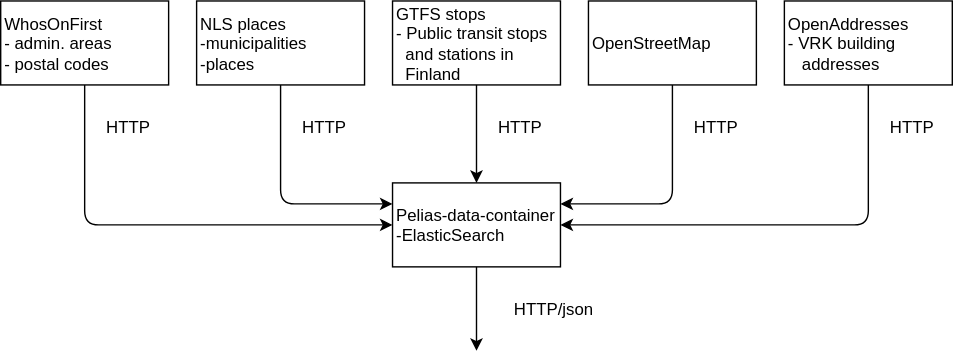
This is src/pages/en/developers/services/6-data-containers/geocoding-data/architecture.svg from HSLdevcom/digitransit-site, a draw.io export, as it was before one commit. Source tidied: cells renumbered, new cells last; positions are measured from the earlier drawing's top-left corner, leaving out a move shared by most shapes. Its diagram source:
```xml
<mxGraphModel background="#ffffff">
  <root>
    <mxCell id="0" />
    <mxCell id="1" parent="0" />
    <mxCell id="2" value="Pelias-data-container&lt;div&gt;-E&lt;span style=&quot;line-height: 1.2&quot;&gt;lasticSearch&lt;/span&gt;&lt;/div&gt;" style="whiteSpace=wrap;html=1;rounded=0;shadow=0;glass=0;strokeColor=#000000;fillColor=#FFFFFF;align=left;" parent="1" vertex="1">
      <mxGeometry x="280" y="130" width="120" height="60" as="geometry" />
    </mxCell>
    <mxCell id="3" value="WhosOnFirst&lt;div&gt;- admin. areas&lt;/div&gt;&lt;div&gt;- postal codes&lt;/div&gt;" style="whiteSpace=wrap;html=1;rounded=0;shadow=0;glass=0;strokeColor=#000000;fillColor=#FFFFFF;align=left;" parent="1" vertex="1">
      <mxGeometry width="120" height="60" as="geometry" />
    </mxCell>
    <mxCell id="4" value="NLS places&lt;br&gt;-municipalities&lt;div&gt;-places&lt;/div&gt;" style="whiteSpace=wrap;html=1;rounded=0;shadow=0;glass=0;strokeColor=#000000;fillColor=#FFFFFF;align=left;" parent="1" vertex="1">
      <mxGeometry x="140" width="120" height="60" as="geometry" />
    </mxCell>
    <mxCell id="5" value="GTFS stops&lt;div&gt;- Public transit stops&amp;nbsp;&lt;/div&gt;&lt;div&gt;&amp;nbsp; and stations in&lt;/div&gt;&lt;div&gt;&amp;nbsp; Finland&lt;/div&gt;" style="whiteSpace=wrap;html=1;rounded=0;shadow=0;glass=0;strokeColor=#000000;fillColor=#FFFFFF;align=left;" parent="1" vertex="1">
      <mxGeometry x="280" width="120" height="60" as="geometry" />
    </mxCell>
    <mxCell id="6" value="OpenStreetMap" style="whiteSpace=wrap;html=1;rounded=0;shadow=0;glass=0;strokeColor=#000000;fillColor=#FFFFFF;align=left;" parent="1" vertex="1">
      <mxGeometry x="420" width="120" height="60" as="geometry" />
    </mxCell>
    <mxCell id="7" value="OpenAddresses&lt;div&gt;- VRK building&amp;nbsp;&lt;/div&gt;&lt;div&gt;&amp;nbsp; &amp;nbsp;addresses&lt;/div&gt;" style="whiteSpace=wrap;html=1;rounded=0;shadow=0;glass=0;strokeColor=#000000;fillColor=#FFFFFF;align=left;" parent="1" vertex="1">
      <mxGeometry x="560" width="120" height="60" as="geometry" />
    </mxCell>
    <mxCell id="8" style="endArrow=classic;html=1;exitX=0.5;exitY=1;entryX=0.5;entryY=0;" parent="1" edge="1" source="5" target="2">
      <mxGeometry relative="1" as="geometry" />
    </mxCell>
    <mxCell id="9" style="endArrow=classic;html=1;exitX=0.5;exitY=1;entryX=0;entryY=0.5;" parent="1" edge="1" source="3" target="2">
      <mxGeometry relative="1" as="geometry">
        <Array as="points">
          <mxPoint x="60" y="160" />
        </Array>
      </mxGeometry>
    </mxCell>
    <mxCell id="10" style="endArrow=classic;html=1;exitX=0.5;exitY=1;entryX=1;entryY=0.5;" parent="1" edge="1" source="7" target="2">
      <mxGeometry relative="1" as="geometry">
        <Array as="points">
          <mxPoint x="620" y="160" />
        </Array>
      </mxGeometry>
    </mxCell>
    <mxCell id="11" style="endArrow=classic;html=1;exitX=0.5;exitY=1;entryX=0;entryY=0.25;" parent="1" edge="1" source="4" target="2">
      <mxGeometry relative="1" as="geometry">
        <Array as="points">
          <mxPoint x="200" y="145" />
        </Array>
      </mxGeometry>
    </mxCell>
    <mxCell id="12" style="endArrow=classic;html=1;exitX=0.5;exitY=1;entryX=1;entryY=0.25;" parent="1" edge="1" source="6" target="2">
      <mxGeometry relative="1" as="geometry">
        <Array as="points">
          <mxPoint x="480" y="145" />
        </Array>
      </mxGeometry>
    </mxCell>
    <mxCell id="13" style="endArrow=classic;html=1;exitX=0.5;exitY=1;" parent="1" edge="1" source="2">
      <mxGeometry relative="1" as="geometry">
        <mxPoint x="340" y="250" as="targetPoint" />
      </mxGeometry>
    </mxCell>
    <mxCell id="14" value="HTTP" style="text;html=1;strokeColor=none;fillColor=none;align=center;verticalAlign=middle;whiteSpace=wrap;overflow=hidden;rounded=0;shadow=0;glass=0;" parent="1" vertex="1">
      <mxGeometry x="70" y="80" width="40" height="20" as="geometry" />
    </mxCell>
    <mxCell id="15" value="HTTP" style="text;html=1;strokeColor=none;fillColor=none;align=center;verticalAlign=middle;whiteSpace=wrap;overflow=hidden;rounded=0;shadow=0;glass=0;" parent="1" vertex="1">
      <mxGeometry x="210" y="80" width="40" height="20" as="geometry" />
    </mxCell>
    <mxCell id="16" value="HTTP" style="text;html=1;strokeColor=none;fillColor=none;align=center;verticalAlign=middle;whiteSpace=wrap;overflow=hidden;rounded=0;shadow=0;glass=0;" parent="1" vertex="1">
      <mxGeometry x="350" y="80" width="40" height="20" as="geometry" />
    </mxCell>
    <mxCell id="17" value="HTTP" style="text;html=1;strokeColor=none;fillColor=none;align=center;verticalAlign=middle;whiteSpace=wrap;overflow=hidden;rounded=0;shadow=0;glass=0;" parent="1" vertex="1">
      <mxGeometry x="490" y="80" width="40" height="20" as="geometry" />
    </mxCell>
    <mxCell id="18" value="HTTP" style="text;html=1;strokeColor=none;fillColor=none;align=center;verticalAlign=middle;whiteSpace=wrap;overflow=hidden;rounded=0;shadow=0;glass=0;" parent="1" vertex="1">
      <mxGeometry x="630" y="80" width="40" height="20" as="geometry" />
    </mxCell>
    <mxCell id="19" value="HTTP/json" style="text;html=1;strokeColor=none;fillColor=none;align=center;verticalAlign=middle;whiteSpace=wrap;overflow=hidden;rounded=0;shadow=0;glass=0;" parent="1" vertex="1">
      <mxGeometry x="360" y="210" width="70" height="20" as="geometry" />
    </mxCell>
  </root>
</mxGraphModel>
```
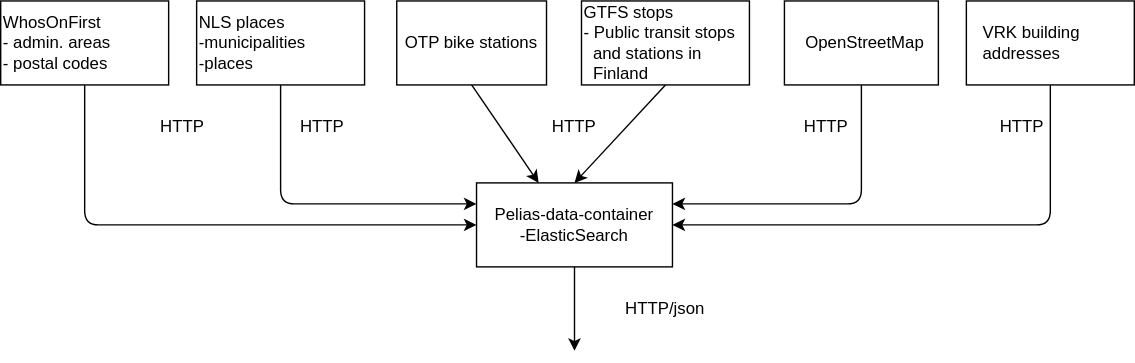
After the commit.

Diff of the diagram source:
```diff
@@ -2,23 +2,23 @@
   <root>
     <mxCell id="0" />
     <mxCell id="1" parent="0" />
-    <mxCell id="2" value="Pelias-data-container&lt;div&gt;-E&lt;span style=&quot;line-height: 1.2&quot;&gt;lasticSearch&lt;/span&gt;&lt;/div&gt;" style="whiteSpace=wrap;html=1;rounded=0;shadow=0;glass=0;strokeColor=#000000;fillColor=#FFFFFF;align=left;" parent="1" vertex="1">
-      <mxGeometry x="280" y="130" width="120" height="60" as="geometry" />
+    <mxCell id="2" value="Pelias-data-container&lt;div&gt;-E&lt;span style=&quot;line-height: 1.2&quot;&gt;lasticSearch&lt;/span&gt;&lt;/div&gt;" style="whiteSpace=wrap;html=1;rounded=0;shadow=0;glass=0;strokeColor=#000000;fillColor=#FFFFFF;align=center;" parent="1" vertex="1">
+      <mxGeometry x="260" y="130" width="140" height="60" as="geometry" />
     </mxCell>
     <mxCell id="3" value="WhosOnFirst&lt;div&gt;- admin. areas&lt;/div&gt;&lt;div&gt;- postal codes&lt;/div&gt;" style="whiteSpace=wrap;html=1;rounded=0;shadow=0;glass=0;strokeColor=#000000;fillColor=#FFFFFF;align=left;" parent="1" vertex="1">
-      <mxGeometry width="120" height="60" as="geometry" />
+      <mxGeometry x="-80" width="120" height="60" as="geometry" />
     </mxCell>
     <mxCell id="4" value="NLS places&lt;br&gt;-municipalities&lt;div&gt;-places&lt;/div&gt;" style="whiteSpace=wrap;html=1;rounded=0;shadow=0;glass=0;strokeColor=#000000;fillColor=#FFFFFF;align=left;" parent="1" vertex="1">
-      <mxGeometry x="140" width="120" height="60" as="geometry" />
+      <mxGeometry x="60" width="120" height="60" as="geometry" />
     </mxCell>
     <mxCell id="5" value="GTFS stops&lt;div&gt;- Public transit stops&amp;nbsp;&lt;/div&gt;&lt;div&gt;&amp;nbsp; and stations in&lt;/div&gt;&lt;div&gt;&amp;nbsp; Finland&lt;/div&gt;" style="whiteSpace=wrap;html=1;rounded=0;shadow=0;glass=0;strokeColor=#000000;fillColor=#FFFFFF;align=left;" parent="1" vertex="1">
-      <mxGeometry x="280" width="120" height="60" as="geometry" />
+      <mxGeometry x="335" width="120" height="60" as="geometry" />
     </mxCell>
-    <mxCell id="6" value="OpenStreetMap" style="whiteSpace=wrap;html=1;rounded=0;shadow=0;glass=0;strokeColor=#000000;fillColor=#FFFFFF;align=left;" parent="1" vertex="1">
-      <mxGeometry x="420" width="120" height="60" as="geometry" />
+    <mxCell id="6" value="&amp;nbsp; &amp;nbsp; OpenStreetMap" style="whiteSpace=wrap;html=1;rounded=0;shadow=0;glass=0;strokeColor=#000000;fillColor=#FFFFFF;align=left;" parent="1" vertex="1">
+      <mxGeometry x="480" width="110" height="60" as="geometry" />
     </mxCell>
-    <mxCell id="7" value="OpenAddresses&lt;div&gt;- VRK building&amp;nbsp;&lt;/div&gt;&lt;div&gt;&amp;nbsp; &amp;nbsp;addresses&lt;/div&gt;" style="whiteSpace=wrap;html=1;rounded=0;shadow=0;glass=0;strokeColor=#000000;fillColor=#FFFFFF;align=left;" parent="1" vertex="1">
-      <mxGeometry x="560" width="120" height="60" as="geometry" />
+    <mxCell id="7" value="&lt;span&gt;&amp;nbsp; &amp;nbsp;VRK building&amp;nbsp;&lt;/span&gt;&lt;br&gt;&lt;div&gt;&amp;nbsp; &amp;nbsp;addresses&lt;/div&gt;" style="whiteSpace=wrap;html=1;rounded=0;shadow=0;glass=0;strokeColor=#000000;fillColor=#FFFFFF;align=left;" parent="1" vertex="1">
+      <mxGeometry x="610" width="120" height="60" as="geometry" />
     </mxCell>
     <mxCell id="8" style="endArrow=classic;html=1;exitX=0.5;exitY=1;entryX=0.5;entryY=0;" parent="1" edge="1" source="5" target="2">
       <mxGeometry relative="1" as="geometry" />
@@ -26,44 +26,44 @@
     <mxCell id="9" style="endArrow=classic;html=1;exitX=0.5;exitY=1;entryX=0;entryY=0.5;" parent="1" edge="1" source="3" target="2">
       <mxGeometry relative="1" as="geometry">
         <Array as="points">
-          <mxPoint x="60" y="160" />
+          <mxPoint x="-20" y="160" />
         </Array>
       </mxGeometry>
     </mxCell>
     <mxCell id="10" style="endArrow=classic;html=1;exitX=0.5;exitY=1;entryX=1;entryY=0.5;" parent="1" edge="1" source="7" target="2">
       <mxGeometry relative="1" as="geometry">
         <Array as="points">
-          <mxPoint x="620" y="160" />
+          <mxPoint x="670" y="160" />
         </Array>
       </mxGeometry>
     </mxCell>
     <mxCell id="11" style="endArrow=classic;html=1;exitX=0.5;exitY=1;entryX=0;entryY=0.25;" parent="1" edge="1" source="4" target="2">
       <mxGeometry relative="1" as="geometry">
         <Array as="points">
-          <mxPoint x="200" y="145" />
+          <mxPoint x="120" y="145" />
         </Array>
       </mxGeometry>
     </mxCell>
     <mxCell id="12" style="endArrow=classic;html=1;exitX=0.5;exitY=1;entryX=1;entryY=0.25;" parent="1" edge="1" source="6" target="2">
       <mxGeometry relative="1" as="geometry">
         <Array as="points">
-          <mxPoint x="480" y="145" />
+          <mxPoint x="535" y="145" />
         </Array>
       </mxGeometry>
     </mxCell>
     <mxCell id="13" style="endArrow=classic;html=1;exitX=0.5;exitY=1;" parent="1" edge="1" source="2">
       <mxGeometry relative="1" as="geometry">
-        <mxPoint x="340" y="250" as="targetPoint" />
+        <mxPoint x="330" y="250" as="targetPoint" />
       </mxGeometry>
     </mxCell>
     <mxCell id="14" value="HTTP" style="text;html=1;strokeColor=none;fillColor=none;align=center;verticalAlign=middle;whiteSpace=wrap;overflow=hidden;rounded=0;shadow=0;glass=0;" parent="1" vertex="1">
-      <mxGeometry x="70" y="80" width="40" height="20" as="geometry" />
+      <mxGeometry x="30" y="80" width="40" height="20" as="geometry" />
     </mxCell>
     <mxCell id="15" value="HTTP" style="text;html=1;strokeColor=none;fillColor=none;align=center;verticalAlign=middle;whiteSpace=wrap;overflow=hidden;rounded=0;shadow=0;glass=0;" parent="1" vertex="1">
-      <mxGeometry x="210" y="80" width="40" height="20" as="geometry" />
+      <mxGeometry x="130" y="80" width="40" height="20" as="geometry" />
     </mxCell>
     <mxCell id="16" value="HTTP" style="text;html=1;strokeColor=none;fillColor=none;align=center;verticalAlign=middle;whiteSpace=wrap;overflow=hidden;rounded=0;shadow=0;glass=0;" parent="1" vertex="1">
-      <mxGeometry x="350" y="80" width="40" height="20" as="geometry" />
+      <mxGeometry x="310" y="80" width="40" height="20" as="geometry" />
     </mxCell>
     <mxCell id="17" value="HTTP" style="text;html=1;strokeColor=none;fillColor=none;align=center;verticalAlign=middle;whiteSpace=wrap;overflow=hidden;rounded=0;shadow=0;glass=0;" parent="1" vertex="1">
       <mxGeometry x="490" y="80" width="40" height="20" as="geometry" />
@@ -74,5 +74,11 @@
     <mxCell id="19" value="HTTP/json" style="text;html=1;strokeColor=none;fillColor=none;align=center;verticalAlign=middle;whiteSpace=wrap;overflow=hidden;rounded=0;shadow=0;glass=0;" parent="1" vertex="1">
       <mxGeometry x="360" y="210" width="70" height="20" as="geometry" />
     </mxCell>
+    <mxCell id="20" style="rounded=0;jettySize=auto;html=1;entryX=0.317;entryY=0;entryDx=0;entryDy=0;entryPerimeter=0;exitX=0.5;exitY=1;exitDx=0;exitDy=0;" parent="1" edge="1" source="21" target="2">
+      <mxGeometry relative="1" as="geometry" />
+    </mxCell>
+    <mxCell id="21" value="OTP bike stations" style="whiteSpace=wrap;html=1;rounded=0;shadow=0;glass=0;strokeColor=#000000;fillColor=#FFFFFF;align=center;" parent="1" vertex="1">
+      <mxGeometry x="203" width="107" height="60" as="geometry" />
+    </mxCell>
   </root>
 </mxGraphModel>
```
